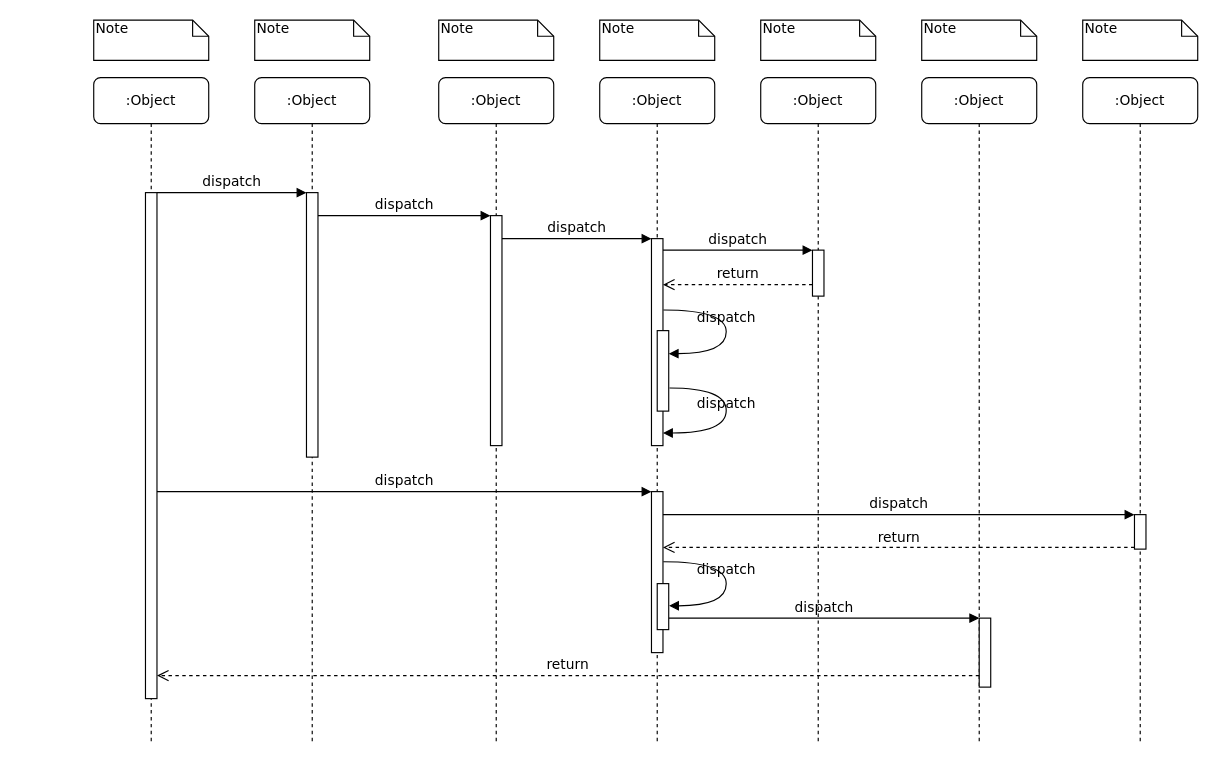
The draw.io diagram fio流程图.drawio in lz111676/Drawing-Bed, before the edit. Source tidied: cells renumbered, new cells numbered last; positions are measured from the earlier drawing's top-left corner, leaving out a move shared by most shapes. Both pictures are drawn from the tidied source at 115%, with x=0, y=0 at pixel (93, 20).
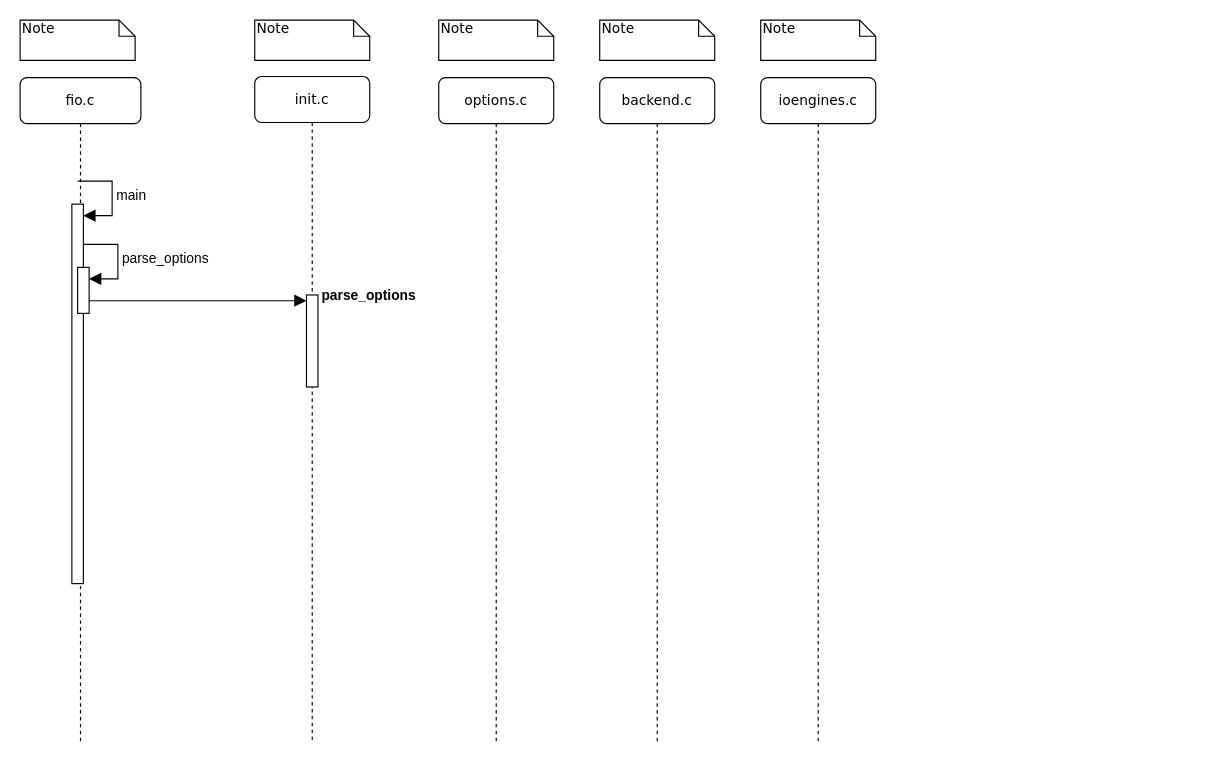
Above is the later version.

Commit message:
更新fio流程图.drawio

The edit, as a diff of the source:
```diff
@@
-    <mxCell id="2" value=":Object" style="shape=umlLifeline;perimeter=lifelinePerimeter;whiteSpace=wrap;html=1;rounded=1;shadow=0;comic=0;labelBackgroundColor=none;strokeWidth=1;fontFamily=Verdana;fontSize=12;align=center;" parent="1" vertex="1">
-      <mxGeometry x="140" y="50" width="100" height="580" as="geometry" />
+    <mxCell id="2" value="init.c" style="shape=umlLifeline;perimeter=lifelinePerimeter;whiteSpace=wrap;html=1;rounded=1;shadow=0;comic=0;labelBackgroundColor=none;strokeWidth=1;fontFamily=Verdana;fontSize=12;align=center;" parent="1" vertex="1">
+      <mxGeometry x="140" y="49" width="100" height="580" as="geometry" />
     </mxCell>
-    <mxCell id="3" style="html=1;points=[];perimeter=orthogonalPerimeter;rounded=0;shadow=0;comic=0;labelBackgroundColor=none;strokeWidth=1;fontFamily=Verdana;fontSize=12;align=center;" parent="2" vertex="1">
-      <mxGeometry x="45" y="100" width="10" height="230" as="geometry" />
-    </mxCell>
+    <mxCell id="39" style="html=1;points=[[0,0,0,0,5],[0,1,0,0,-5],[1,0,0,0,5],[1,1,0,0,-5]];perimeter=orthogonalPerimeter;outlineConnect=0;targetShapes=umlLifeline;portConstraint=eastwest;newEdgeStyle={&quot;curved&quot;:0,&quot;rounded&quot;:0};" parent="2" vertex="1">
+      <mxGeometry x="45" y="190" width="10" height="80" as="geometry" />
+    </mxCell>
-    <mxCell id="4" value=":Object" style="shape=umlLifeline;perimeter=lifelinePerimeter;whiteSpace=wrap;html=1;rounded=1;shadow=0;comic=0;labelBackgroundColor=none;strokeWidth=1;fontFamily=Verdana;fontSize=12;align=center;" parent="1" vertex="1">
+    <mxCell id="4" value="options.c" style="shape=umlLifeline;perimeter=lifelinePerimeter;whiteSpace=wrap;html=1;rounded=1;shadow=0;comic=0;labelBackgroundColor=none;strokeWidth=1;fontFamily=Verdana;fontSize=12;align=center;" parent="1" vertex="1">
       <mxGeometry x="300" y="50" width="100" height="580" as="geometry" />
     </mxCell>
-    <mxCell id="5" style="html=1;points=[];perimeter=orthogonalPerimeter;rounded=0;shadow=0;comic=0;labelBackgroundColor=none;strokeWidth=1;fontFamily=Verdana;fontSize=12;align=center;" parent="4" vertex="1">
-      <mxGeometry x="45" y="120" width="10" height="200" as="geometry" />
-    </mxCell>
-    <mxCell id="6" value=":Object" style="shape=umlLifeline;perimeter=lifelinePerimeter;whiteSpace=wrap;html=1;rounded=1;shadow=0;comic=0;labelBackgroundColor=none;strokeWidth=1;fontFamily=Verdana;fontSize=12;align=center;" parent="1" vertex="1">
+    <mxCell id="6" value="backend.c" style="shape=umlLifeline;perimeter=lifelinePerimeter;whiteSpace=wrap;html=1;rounded=1;shadow=0;comic=0;labelBackgroundColor=none;strokeWidth=1;fontFamily=Verdana;fontSize=12;align=center;" parent="1" vertex="1">
       <mxGeometry x="440" y="50" width="100" height="580" as="geometry" />
     </mxCell>
-    <mxCell id="7" value=":Object" style="shape=umlLifeline;perimeter=lifelinePerimeter;whiteSpace=wrap;html=1;rounded=1;shadow=0;comic=0;labelBackgroundColor=none;strokeWidth=1;fontFamily=Verdana;fontSize=12;align=center;" parent="1" vertex="1">
+    <mxCell id="7" value="ioengines.c" style="shape=umlLifeline;perimeter=lifelinePerimeter;whiteSpace=wrap;html=1;rounded=1;shadow=0;comic=0;labelBackgroundColor=none;strokeWidth=1;fontFamily=Verdana;fontSize=12;align=center;" parent="1" vertex="1">
       <mxGeometry x="580" y="50" width="100" height="580" as="geometry" />
     </mxCell>
-    <mxCell id="8" value=":Object" style="shape=umlLifeline;perimeter=lifelinePerimeter;whiteSpace=wrap;html=1;rounded=1;shadow=0;comic=0;labelBackgroundColor=none;strokeWidth=1;fontFamily=Verdana;fontSize=12;align=center;" parent="1" vertex="1">
-      <mxGeometry x="720" y="50" width="100" height="580" as="geometry" />
-    </mxCell>
-    <mxCell id="9" value=":Object" style="shape=umlLifeline;perimeter=lifelinePerimeter;whiteSpace=wrap;html=1;rounded=1;shadow=0;comic=0;labelBackgroundColor=none;strokeWidth=1;fontFamily=Verdana;fontSize=12;align=center;" parent="1" vertex="1">
-      <mxGeometry x="860" y="50" width="100" height="580" as="geometry" />
-    </mxCell>
-    <mxCell id="10" value=":Object" style="shape=umlLifeline;perimeter=lifelinePerimeter;whiteSpace=wrap;html=1;rounded=1;shadow=0;comic=0;labelBackgroundColor=none;strokeWidth=1;fontFamily=Verdana;fontSize=12;align=center;" parent="1" vertex="1">
-      <mxGeometry y="50" width="100" height="580" as="geometry" />
+    <mxCell id="10" value="fio.c" style="shape=umlLifeline;perimeter=lifelinePerimeter;whiteSpace=wrap;html=1;rounded=1;shadow=0;comic=0;labelBackgroundColor=none;strokeWidth=1;fontFamily=Verdana;fontSize=12;align=center;" parent="1" vertex="1">
+      <mxGeometry x="-64" y="50" width="105" height="580" as="geometry" />
     </mxCell>
-    <mxCell id="11" style="html=1;points=[];perimeter=orthogonalPerimeter;rounded=0;shadow=0;comic=0;labelBackgroundColor=none;strokeWidth=1;fontFamily=Verdana;fontSize=12;align=center;" parent="10" vertex="1">
-      <mxGeometry x="45" y="100" width="10" height="440" as="geometry" />
-    </mxCell>
-    <mxCell id="12" style="html=1;points=[];perimeter=orthogonalPerimeter;rounded=0;shadow=0;comic=0;labelBackgroundColor=none;strokeWidth=1;fontFamily=Verdana;fontSize=12;align=center;" parent="1" vertex="1">
-      <mxGeometry x="485" y="190" width="10" height="180" as="geometry" />
-    </mxCell>
-    <mxCell id="13" value="dispatch" style="html=1;verticalAlign=bottom;endArrow=block;labelBackgroundColor=none;fontFamily=Verdana;fontSize=12;edgeStyle=elbowEdgeStyle;elbow=vertical;" parent="1" edge="1" source="5" target="12">
-      <mxGeometry relative="1" as="geometry">
-        <Array as="points">
-          <mxPoint x="360" y="190" />
-        </Array>
-      </mxGeometry>
-    </mxCell>
-    <mxCell id="14" style="html=1;points=[];perimeter=orthogonalPerimeter;rounded=0;shadow=0;comic=0;labelBackgroundColor=none;strokeWidth=1;fontFamily=Verdana;fontSize=12;align=center;" parent="1" vertex="1">
-      <mxGeometry x="625" y="200" width="10" height="40" as="geometry" />
-    </mxCell>
-    <mxCell id="15" value="dispatch" style="html=1;verticalAlign=bottom;endArrow=block;entryX=0;entryY=0;labelBackgroundColor=none;fontFamily=Verdana;fontSize=12;edgeStyle=elbowEdgeStyle;elbow=vertical;" parent="1" edge="1" source="12" target="14">
-      <mxGeometry relative="1" as="geometry" />
-    </mxCell>
-    <mxCell id="16" value="return" style="html=1;verticalAlign=bottom;endArrow=open;dashed=1;endSize=8;labelBackgroundColor=none;fontFamily=Verdana;fontSize=12;edgeStyle=elbowEdgeStyle;elbow=vertical;" parent="1" edge="1" source="14" target="12">
-      <mxGeometry relative="1" as="geometry">
-        <Array as="points">
-          <mxPoint x="570" y="230" />
-          <mxPoint x="600" y="230" />
-        </Array>
-      </mxGeometry>
-    </mxCell>
-    <mxCell id="17" style="html=1;points=[];perimeter=orthogonalPerimeter;rounded=0;shadow=0;comic=0;labelBackgroundColor=none;strokeWidth=1;fontFamily=Verdana;fontSize=12;align=center;" parent="1" vertex="1">
-      <mxGeometry x="485" y="410" width="10" height="140" as="geometry" />
-    </mxCell>
-    <mxCell id="18" value="dispatch" style="html=1;verticalAlign=bottom;endArrow=block;entryX=0;entryY=0;labelBackgroundColor=none;fontFamily=Verdana;fontSize=12;" parent="1" edge="1" source="11" target="17">
-      <mxGeometry relative="1" as="geometry" />
-    </mxCell>
-    <mxCell id="19" style="html=1;points=[];perimeter=orthogonalPerimeter;rounded=0;shadow=0;comic=0;labelBackgroundColor=none;strokeColor=#000000;strokeWidth=1;fillColor=#FFFFFF;fontFamily=Verdana;fontSize=12;fontColor=#000000;align=center;" parent="1" vertex="1">
-      <mxGeometry x="905" y="430" width="10" height="30" as="geometry" />
-    </mxCell>
-    <mxCell id="20" value="dispatch" style="html=1;verticalAlign=bottom;endArrow=block;entryX=0;entryY=0;labelBackgroundColor=none;fontFamily=Verdana;fontSize=12;" parent="1" edge="1" source="17" target="19">
-      <mxGeometry relative="1" as="geometry" />
-    </mxCell>
-    <mxCell id="21" value="return" style="html=1;verticalAlign=bottom;endArrow=open;dashed=1;endSize=8;exitX=0;exitY=0.95;labelBackgroundColor=none;fontFamily=Verdana;fontSize=12;" parent="1" edge="1" source="19" target="17">
-      <mxGeometry relative="1" as="geometry" />
-    </mxCell>
-    <mxCell id="22" style="html=1;points=[];perimeter=orthogonalPerimeter;rounded=0;shadow=0;comic=0;labelBackgroundColor=none;strokeWidth=1;fontFamily=Verdana;fontSize=12;align=center;" parent="1" vertex="1">
-      <mxGeometry x="770" y="520" width="10" height="60" as="geometry" />
-    </mxCell>
-    <mxCell id="23" value="dispatch" style="html=1;verticalAlign=bottom;endArrow=block;entryX=0;entryY=0;labelBackgroundColor=none;fontFamily=Verdana;fontSize=12;edgeStyle=elbowEdgeStyle;elbow=vertical;" parent="1" edge="1" source="30" target="22">
-      <mxGeometry relative="1" as="geometry" />
-    </mxCell>
-    <mxCell id="24" value="return" style="html=1;verticalAlign=bottom;endArrow=open;dashed=1;endSize=8;labelBackgroundColor=none;fontFamily=Verdana;fontSize=12;edgeStyle=elbowEdgeStyle;elbow=vertical;" parent="1" edge="1" source="22" target="11">
-      <mxGeometry relative="1" as="geometry">
-        <Array as="points">
-          <mxPoint x="470" y="570" />
-        </Array>
-      </mxGeometry>
-    </mxCell>
-    <mxCell id="25" value="dispatch" style="html=1;verticalAlign=bottom;endArrow=block;entryX=0;entryY=0;labelBackgroundColor=none;fontFamily=Verdana;fontSize=12;edgeStyle=elbowEdgeStyle;elbow=vertical;" parent="1" edge="1" source="11" target="3">
-      <mxGeometry relative="1" as="geometry" />
-    </mxCell>
-    <mxCell id="26" value="dispatch" style="html=1;verticalAlign=bottom;endArrow=block;entryX=0;entryY=0;labelBackgroundColor=none;fontFamily=Verdana;fontSize=12;edgeStyle=elbowEdgeStyle;elbow=vertical;" parent="1" edge="1" source="3" target="5">
-      <mxGeometry relative="1" as="geometry" />
-    </mxCell>
-    <mxCell id="27" style="html=1;points=[];perimeter=orthogonalPerimeter;rounded=0;shadow=0;comic=0;labelBackgroundColor=none;strokeWidth=1;fontFamily=Verdana;fontSize=12;align=center;" parent="1" vertex="1">
-      <mxGeometry x="490" y="270" width="10" height="70" as="geometry" />
-    </mxCell>
-    <mxCell id="28" value="dispatch" style="html=1;verticalAlign=bottom;endArrow=block;labelBackgroundColor=none;fontFamily=Verdana;fontSize=12;elbow=vertical;edgeStyle=orthogonalEdgeStyle;curved=1;entryX=1;entryY=0.286;entryPerimeter=0;exitX=1.038;exitY=0.345;exitPerimeter=0;" parent="1" edge="1" source="12" target="27">
-      <mxGeometry relative="1" as="geometry">
-        <Array as="points">
-          <mxPoint x="550" y="252" />
-          <mxPoint x="550" y="290" />
-        </Array>
-      </mxGeometry>
-    </mxCell>
-    <mxCell id="29" value="dispatch" style="html=1;verticalAlign=bottom;endArrow=block;labelBackgroundColor=none;fontFamily=Verdana;fontSize=12;elbow=vertical;edgeStyle=orthogonalEdgeStyle;curved=1;exitX=1.066;exitY=0.713;exitPerimeter=0;" parent="1" edge="1" source="27">
-      <mxGeometry relative="1" as="geometry">
-        <mxPoint x="495" y="359" as="targetPoint" />
-        <Array as="points">
-          <mxPoint x="550" y="320" />
-          <mxPoint x="550" y="359" />
-        </Array>
-      </mxGeometry>
-    </mxCell>
-    <mxCell id="30" style="html=1;points=[];perimeter=orthogonalPerimeter;rounded=0;shadow=0;comic=0;labelBackgroundColor=none;strokeWidth=1;fontFamily=Verdana;fontSize=12;align=center;" parent="1" vertex="1">
-      <mxGeometry x="490" y="490" width="10" height="40" as="geometry" />
-    </mxCell>
-    <mxCell id="31" value="dispatch" style="html=1;verticalAlign=bottom;endArrow=block;labelBackgroundColor=none;fontFamily=Verdana;fontSize=12;elbow=vertical;edgeStyle=orthogonalEdgeStyle;curved=1;entryX=1;entryY=0.286;entryPerimeter=0;exitX=1.038;exitY=0.345;exitPerimeter=0;" parent="1" edge="1">
-      <mxGeometry relative="1" as="geometry">
-        <mxPoint x="495.3" y="471" as="sourcePoint" />
-        <mxPoint x="500.3" y="509.3" as="targetPoint" />
-        <Array as="points">
-          <mxPoint x="550" y="471" />
-          <mxPoint x="550" y="509" />
-        </Array>
-      </mxGeometry>
-    </mxCell>
+    <mxCell id="40" style="html=1;points=[[0,0,0,0,5],[0,1,0,0,-5],[1,0,0,0,5],[1,1,0,0,-5]];perimeter=orthogonalPerimeter;outlineConnect=0;targetShapes=umlLifeline;portConstraint=eastwest;newEdgeStyle={&quot;curved&quot;:0,&quot;rounded&quot;:0};" parent="10" vertex="1">
+      <mxGeometry x="45" y="110" width="10" height="330" as="geometry" />
+    </mxCell>
+    <mxCell id="41" value="main" style="html=1;align=left;spacingLeft=2;endArrow=block;rounded=0;edgeStyle=orthogonalEdgeStyle;curved=0;rounded=0;fontSize=12;startSize=8;endSize=8;" parent="10" edge="1" target="40">
+      <mxGeometry relative="1" as="geometry">
+        <mxPoint x="50" y="90" as="sourcePoint" />
+        <Array as="points">
+          <mxPoint x="80" y="120" />
+        </Array>
+      </mxGeometry>
+    </mxCell>
+    <mxCell id="42" style="html=1;points=[[0,0,0,0,5],[0,1,0,0,-5],[1,0,0,0,5],[1,1,0,0,-5]];perimeter=orthogonalPerimeter;outlineConnect=0;targetShapes=umlLifeline;portConstraint=eastwest;newEdgeStyle={&quot;curved&quot;:0,&quot;rounded&quot;:0};" parent="10" vertex="1">
+      <mxGeometry x="50" y="165" width="10" height="40" as="geometry" />
+    </mxCell>
+    <mxCell id="43" value="parse_options" style="html=1;align=left;spacingLeft=2;endArrow=block;rounded=0;edgeStyle=orthogonalEdgeStyle;curved=0;rounded=0;fontSize=12;startSize=8;endSize=8;" parent="10" edge="1" target="42">
+      <mxGeometry relative="1" as="geometry">
+        <mxPoint x="55" y="145" as="sourcePoint" />
+        <Array as="points">
+          <mxPoint x="85" y="175" />
+        </Array>
+      </mxGeometry>
+    </mxCell>
     <mxCell id="32" value="Note" style="shape=note;whiteSpace=wrap;html=1;size=14;verticalAlign=top;align=left;spacingTop=-6;rounded=0;shadow=0;comic=0;labelBackgroundColor=none;strokeWidth=1;fontFamily=Verdana;fontSize=12;" parent="1" vertex="1">
-      <mxGeometry width="100" height="35" as="geometry" />
+      <mxGeometry x="-64" width="100" height="35" as="geometry" />
     </mxCell>
@@
-    <mxCell id="37" value="Note" style="shape=note;whiteSpace=wrap;html=1;size=14;verticalAlign=top;align=left;spacingTop=-6;rounded=0;shadow=0;comic=0;labelBackgroundColor=none;strokeWidth=1;fontFamily=Verdana;fontSize=12;" parent="1" vertex="1">
-      <mxGeometry x="720" width="100" height="35" as="geometry" />
-    </mxCell>
-    <mxCell id="38" value="Note" style="shape=note;whiteSpace=wrap;html=1;size=14;verticalAlign=top;align=left;spacingTop=-6;rounded=0;shadow=0;comic=0;labelBackgroundColor=none;strokeWidth=1;fontFamily=Verdana;fontSize=12;" parent="1" vertex="1">
-      <mxGeometry x="860" width="100" height="35" as="geometry" />
-    </mxCell>
+    <mxCell id="44" style="html=1;verticalAlign=bottom;endArrow=block;curved=0;rounded=0;entryX=0;entryY=0;entryDx=0;entryDy=5;fontSize=12;startSize=8;endSize=8;" parent="1" edge="1" source="42" target="39">
+      <mxGeometry x="0.06" y="10" relative="1" as="geometry" />
+    </mxCell>
+    <mxCell id="45" value="parse_options" style="text;align=center;fontStyle=1;verticalAlign=middle;spacingLeft=3;spacingRight=3;strokeColor=none;html=1;" parent="1" vertex="1">
+      <mxGeometry x="199" y="227" width="80" height="26" as="geometry" />
+    </mxCell>
```
